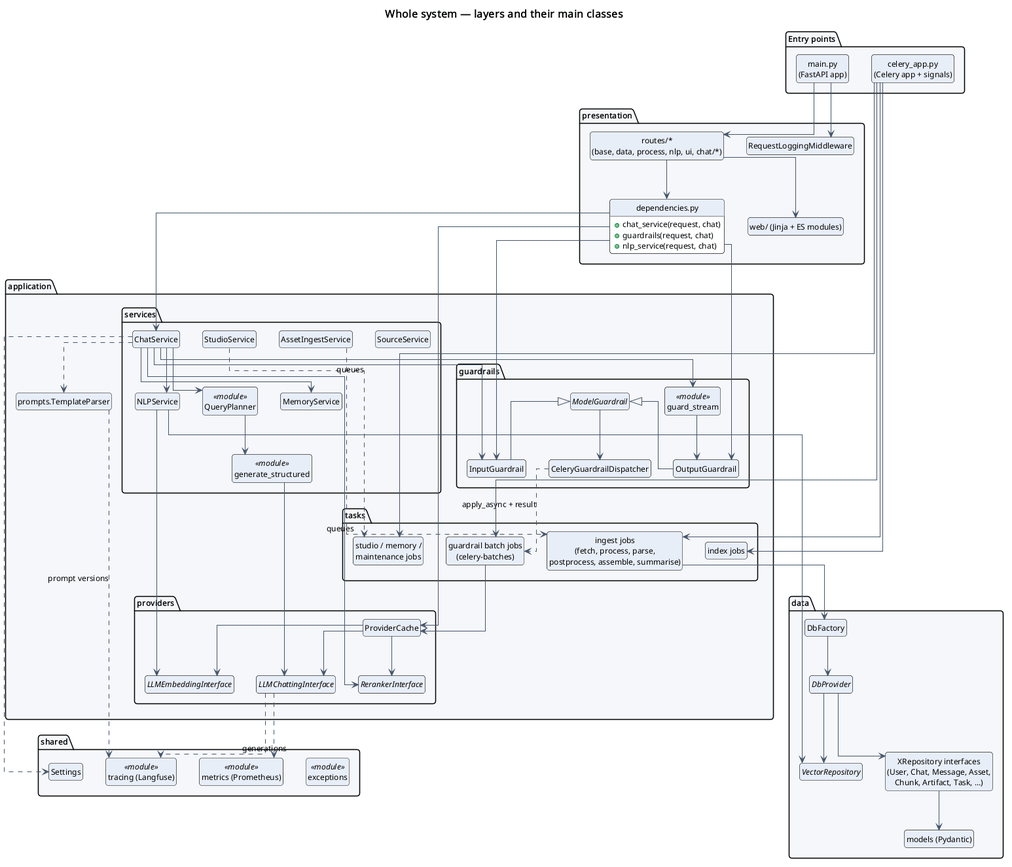
This is software_engineering/4_class_diagrams/system_overview.png from omarTBakr/notebookllm-minus, a PlantUML export, as it was before one commit. Its diagram source:
```plantuml
@startuml
!include ../_style.iuml
title Whole system — layers and their main classes
skinparam linetype ortho
allowmixing

package "Entry points" {
  class "main.py\n(FastAPI app)" as Main
  class "celery_app.py\n(Celery app + signals)" as CeleryApp
}

package "presentation" {
  class "routes/*\n(base, data, process, nlp, ui, chat/*)" as Routes
  class "dependencies.py" as Deps {
    +chat_service(request, chat)
    +guardrails(request, chat)
    +nlp_service(request, chat)
  }
  class "RequestLoggingMiddleware" as MW
  class "web/ (Jinja + ES modules)" as Web
}

package "application" {
  package "services" {
    class ChatService
    class QueryPlanner <<module>>
    class NLPService
    class MemoryService
    class StudioService
    class AssetIngestService
    class SourceService
    class "generate_structured" as SG <<module>>
  }
  package "guardrails" {
    abstract class ModelGuardrail
    class InputGuardrail
    class OutputGuardrail
    class "guard_stream" as GS <<module>>
    class CeleryGuardrailDispatcher
  }
  package "providers" {
    class ProviderCache
    interface LLMChattingInterface
    interface LLMEmbeddingInterface
    interface RerankerInterface
  }
  package "tasks" {
    class "ingest jobs\n(fetch, process, parse,\npostprocess, assemble, summarise)" as IngestJobs
    class "index jobs" as IndexJobs
    class "studio / memory /\nmaintenance jobs" as OtherJobs
    class "guardrail batch jobs\n(celery-batches)" as GuardJobs
  }
  class "prompts.TemplateParser" as TP
}

package "data" {
  class DbFactory
  abstract class DbProvider
  interface VectorRepository
  class "XRepository interfaces\n(User, Chat, Message, Asset,\nChunk, Artifact, Task, ...)" as Repos
  class "models (Pydantic)" as Models
}

package "shared" {
  class Settings
  class "tracing (Langfuse)" as Tracing <<module>>
  class "metrics (Prometheus)" as Metrics <<module>>
  class "exceptions" as Exc <<module>>
}

Main --> Routes
Main --> MW
Routes --> Deps
Deps --> ChatService
Deps --> InputGuardrail
Deps --> OutputGuardrail
Deps --> ProviderCache
Routes --> Web

ChatService --> QueryPlanner
ChatService --> NLPService
ChatService --> MemoryService
ChatService --> RerankerInterface
ChatService --> InputGuardrail
ChatService --> GS
GS --> OutputGuardrail
ModelGuardrail <|-- InputGuardrail
ModelGuardrail <|-- OutputGuardrail
ModelGuardrail --> CeleryGuardrailDispatcher
CeleryGuardrailDispatcher ..> GuardJobs : apply_async + result
QueryPlanner --> SG
SG --> LLMChattingInterface
ProviderCache --> LLMChattingInterface
ProviderCache --> LLMEmbeddingInterface
ProviderCache --> RerankerInterface
NLPService --> LLMEmbeddingInterface
NLPService --> VectorRepository

CeleryApp --> IngestJobs
CeleryApp --> IndexJobs
CeleryApp --> OtherJobs
CeleryApp --> GuardJobs
AssetIngestService ..> IngestJobs : queues
StudioService ..> OtherJobs : queues
IngestJobs --> DbFactory
GuardJobs --> ProviderCache

DbFactory --> DbProvider
DbProvider --> Repos
DbProvider --> VectorRepository
Repos --> Models

ChatService ..> TP
TP ..> Tracing : prompt versions
LLMChattingInterface ..> Tracing : generations
LLMChattingInterface ..> Metrics
ChatService ..> Settings
@enduml
```
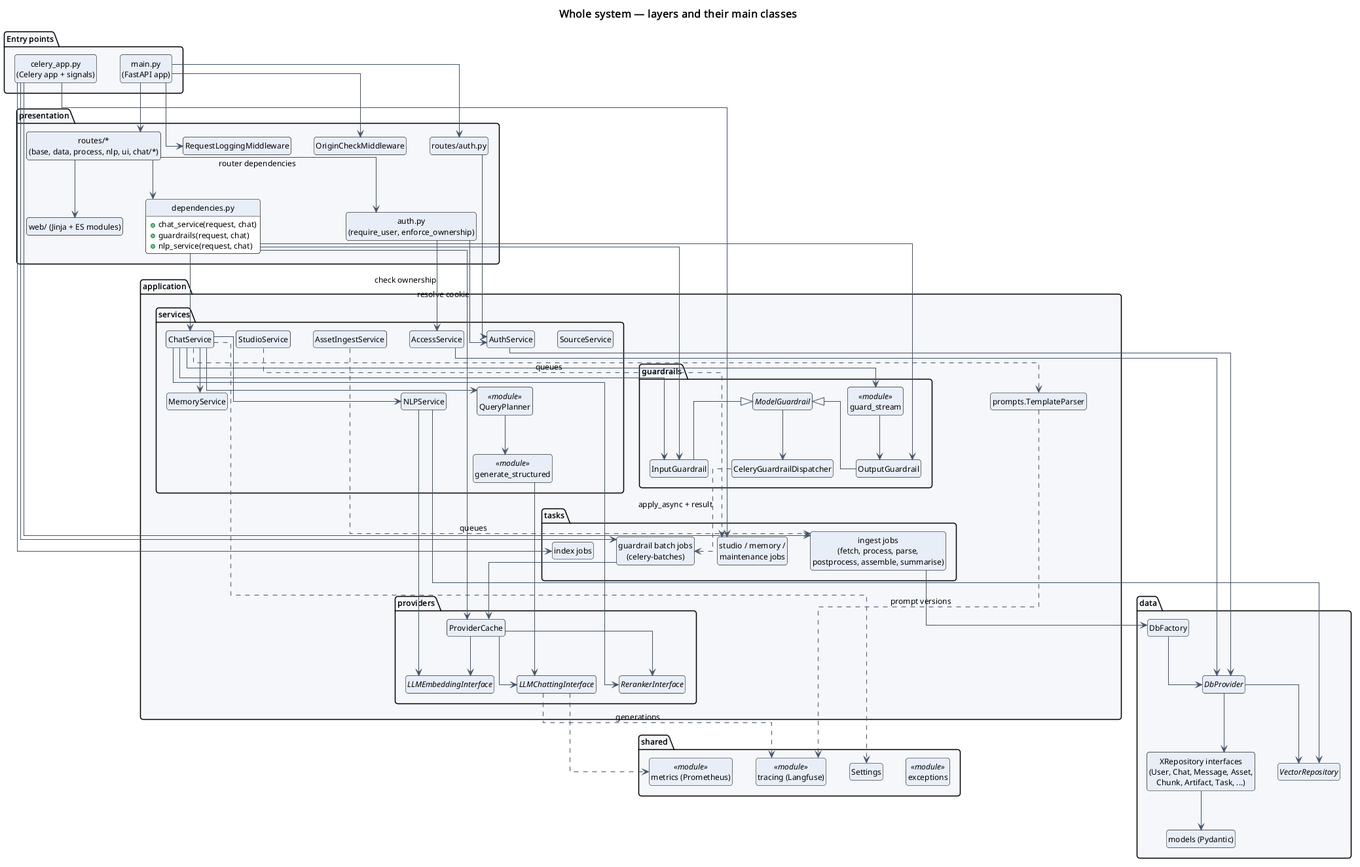
Later version of the same file.

Diff of the diagram source:
```diff
@@ -17,11 +17,16 @@
     +nlp_service(request, chat)
   }
   class "RequestLoggingMiddleware" as MW
+  class "OriginCheckMiddleware" as OCM
+  class "auth.py\n(require_user, enforce_ownership)" as AuthDeps
+  class "routes/auth.py" as AuthRoutes
   class "web/ (Jinja + ES modules)" as Web
 }
 
 package "application" {
   package "services" {
+    class AuthService
+    class AccessService
     class ChatService
     class QueryPlanner <<module>>
     class NLPService
@@ -70,6 +75,14 @@
 
 Main --> Routes
 Main --> MW
+Main --> OCM
+Main --> AuthRoutes
+Routes --> AuthDeps : router dependencies
+AuthDeps --> AuthService : resolve cookie
+AuthDeps --> AccessService : check ownership
+AuthRoutes --> AuthService
+AuthService --> DbProvider
+AccessService --> DbProvider
 Routes --> Deps
 Deps --> ChatService
 Deps --> InputGuardrail
```
